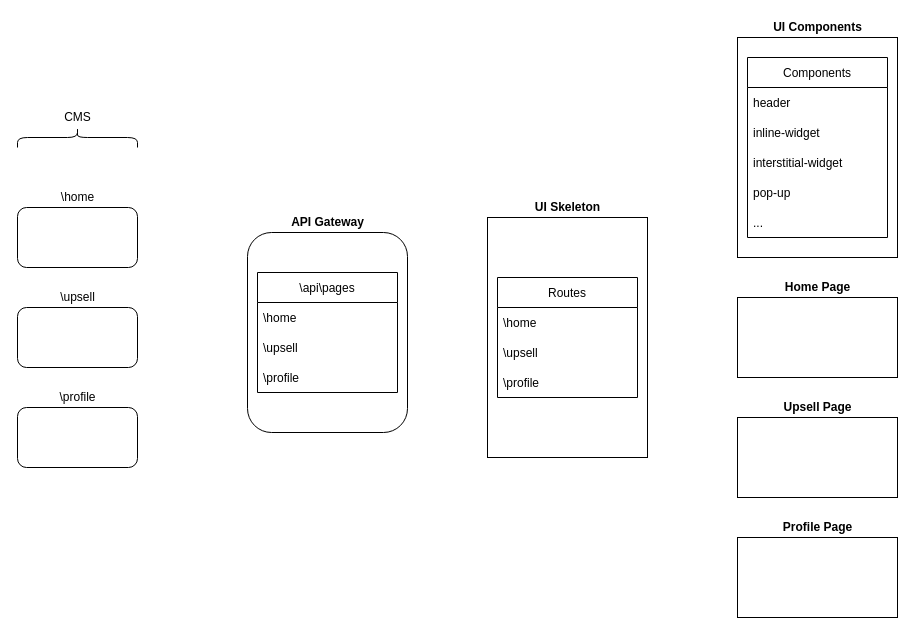
Earlier version of the draw.io diagram docs/design/ui-architecture.dio (jsbisht/module-federation-home). Source tidied: cells renumbered, new cells numbered last; positions are measured from the earlier drawing's top-left corner, leaving out a move shared by most shapes. Both pictures are drawn from the tidied source at 100%, with x=0, y=0 at pixel (17, 17).
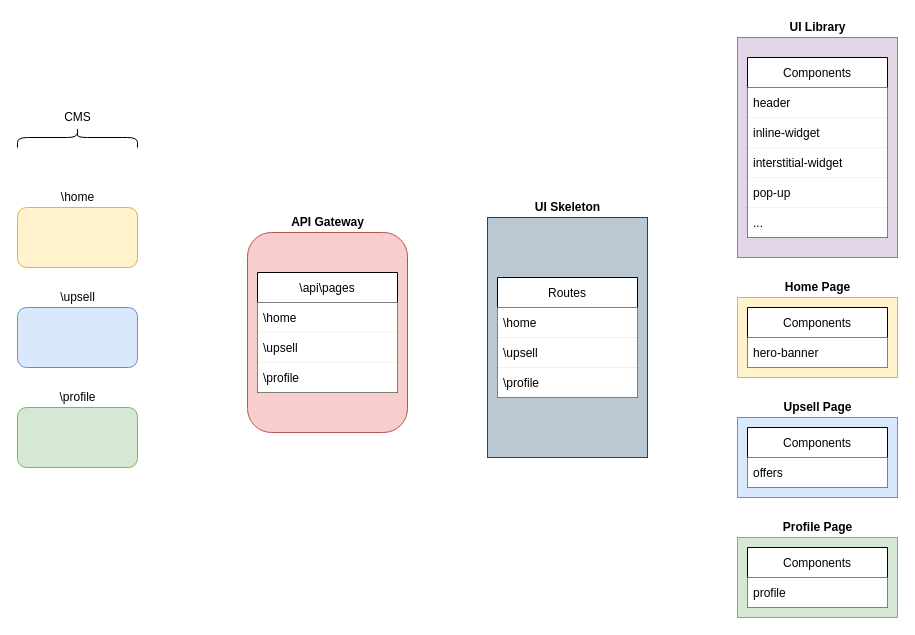
The same diagram, later.

Unchanged cells that the change refers to:
```xml
<mxCell id="5" value="\api\pages" style="swimlane;fontStyle=0;horizontal=1;startSize=30;" parent="1" vertex="1">
  <mxGeometry x="240" y="255" width="140" height="120" as="geometry" />
</mxCell>
<mxCell id="9" value="Routes" style="swimlane;fontStyle=0;horizontal=1;startSize=30;" parent="1" vertex="1">
  <mxGeometry x="480" y="260" width="140" height="120" as="geometry" />
</mxCell>
<mxCell id="13" value="Components" style="swimlane;fontStyle=0;horizontal=1;startSize=30;" parent="1" vertex="1">
  <mxGeometry x="730" y="40" width="140" height="180" as="geometry" />
</mxCell>
```

Diff of the diagram source:
```diff
@@
-    <mxCell id="2" style="rounded=0;whiteSpace=wrap;html=1;" parent="1" vertex="1">
+    <mxCell id="2" style="rounded=0;whiteSpace=wrap;html=1;fillColor=#bac8d3;strokeColor=#23445d;" parent="1" vertex="1">
       <mxGeometry x="470" y="200" width="160" height="240" as="geometry" />
     </mxCell>
-    <mxCell id="3" style="rounded=0;whiteSpace=wrap;html=1;" parent="1" vertex="1">
+    <mxCell id="3" style="rounded=0;whiteSpace=wrap;html=1;fillColor=#e1d5e7;strokeColor=#9673a6;" parent="1" vertex="1">
       <mxGeometry x="720" y="20" width="160" height="220" as="geometry" />
     </mxCell>
-    <mxCell id="4" style="rounded=1;whiteSpace=wrap;html=1;" parent="1" vertex="1">
+    <mxCell id="4" style="rounded=1;whiteSpace=wrap;html=1;fillColor=#f8cecc;strokeColor=#b85450;" parent="1" vertex="1">
       <mxGeometry x="230" y="215" width="160" height="200" as="geometry" />
     </mxCell>
@@
-    <mxCell id="6" value="\home" style="text;strokeColor=none;fillColor=none;align=left;verticalAlign=middle;spacingLeft=4;spacingRight=4;overflow=hidden;" parent="5" vertex="1">
+    <mxCell id="6" value="\home" style="text;strokeColor=none;fillColor=default;align=left;verticalAlign=middle;spacingLeft=4;spacingRight=4;overflow=hidden;" parent="5" vertex="1">
       <mxGeometry y="30" width="140" height="30" as="geometry" />
     </mxCell>
-    <mxCell id="7" value="\upsell" style="text;strokeColor=none;fillColor=none;align=left;verticalAlign=middle;spacingLeft=4;spacingRight=4;overflow=hidden;" parent="5" vertex="1">
+    <mxCell id="7" value="\upsell" style="text;strokeColor=none;fillColor=default;align=left;verticalAlign=middle;spacingLeft=4;spacingRight=4;overflow=hidden;" parent="5" vertex="1">
       <mxGeometry y="60" width="140" height="30" as="geometry" />
     </mxCell>
-    <mxCell id="8" value="\profile" style="text;strokeColor=none;fillColor=none;align=left;verticalAlign=middle;spacingLeft=4;spacingRight=4;overflow=hidden;" parent="5" vertex="1">
+    <mxCell id="8" value="\profile" style="text;strokeColor=none;fillColor=default;align=left;verticalAlign=middle;spacingLeft=4;spacingRight=4;overflow=hidden;" parent="5" vertex="1">
       <mxGeometry y="90" width="140" height="30" as="geometry" />
     </mxCell>
@@
-    <mxCell id="10" value="\home" style="text;strokeColor=none;fillColor=none;align=left;verticalAlign=middle;spacingLeft=4;spacingRight=4;overflow=hidden;" parent="9" vertex="1">
+    <mxCell id="10" value="\home" style="text;align=left;verticalAlign=middle;spacingLeft=4;spacingRight=4;overflow=hidden;fillColor=default;" parent="9" vertex="1">
       <mxGeometry y="30" width="140" height="30" as="geometry" />
     </mxCell>
-    <mxCell id="11" value="\upsell" style="text;strokeColor=none;fillColor=none;align=left;verticalAlign=middle;spacingLeft=4;spacingRight=4;overflow=hidden;" parent="9" vertex="1">
+    <mxCell id="11" value="\upsell" style="text;align=left;verticalAlign=middle;spacingLeft=4;spacingRight=4;overflow=hidden;fillColor=default;" parent="9" vertex="1">
       <mxGeometry y="60" width="140" height="30" as="geometry" />
     </mxCell>
-    <mxCell id="12" value="\profile" style="text;strokeColor=none;fillColor=none;align=left;verticalAlign=middle;spacingLeft=4;spacingRight=4;overflow=hidden;" parent="9" vertex="1">
+    <mxCell id="12" value="\profile" style="text;align=left;verticalAlign=middle;spacingLeft=4;spacingRight=4;overflow=hidden;fillColor=default;" parent="9" vertex="1">
       <mxGeometry y="90" width="140" height="30" as="geometry" />
     </mxCell>
@@
-    <mxCell id="14" value="header" style="text;strokeColor=none;fillColor=none;align=left;verticalAlign=middle;spacingLeft=4;spacingRight=4;overflow=hidden;" parent="13" vertex="1">
+    <mxCell id="14" value="header" style="text;strokeColor=none;fillColor=default;align=left;verticalAlign=middle;spacingLeft=4;spacingRight=4;overflow=hidden;" parent="13" vertex="1">
       <mxGeometry y="30" width="140" height="30" as="geometry" />
     </mxCell>
-    <mxCell id="15" value="inline-widget" style="text;strokeColor=none;fillColor=none;align=left;verticalAlign=middle;spacingLeft=4;spacingRight=4;overflow=hidden;" parent="13" vertex="1">
+    <mxCell id="15" value="inline-widget" style="text;strokeColor=none;fillColor=default;align=left;verticalAlign=middle;spacingLeft=4;spacingRight=4;overflow=hidden;" parent="13" vertex="1">
       <mxGeometry y="60" width="140" height="30" as="geometry" />
     </mxCell>
-    <mxCell id="16" value="interstitial-widget" style="text;strokeColor=none;fillColor=none;align=left;verticalAlign=middle;spacingLeft=4;spacingRight=4;overflow=hidden;" parent="13" vertex="1">
+    <mxCell id="16" value="interstitial-widget" style="text;strokeColor=none;fillColor=default;align=left;verticalAlign=middle;spacingLeft=4;spacingRight=4;overflow=hidden;" parent="13" vertex="1">
       <mxGeometry y="90" width="140" height="30" as="geometry" />
     </mxCell>
-    <mxCell id="17" value="pop-up" style="text;strokeColor=none;fillColor=none;align=left;verticalAlign=middle;spacingLeft=4;spacingRight=4;overflow=hidden;" parent="13" vertex="1">
+    <mxCell id="17" value="pop-up" style="text;strokeColor=none;fillColor=default;align=left;verticalAlign=middle;spacingLeft=4;spacingRight=4;overflow=hidden;" parent="13" vertex="1">
       <mxGeometry y="120" width="140" height="30" as="geometry" />
     </mxCell>
-    <mxCell id="18" value="..." style="text;strokeColor=none;fillColor=none;align=left;verticalAlign=middle;spacingLeft=4;spacingRight=4;overflow=hidden;" parent="13" vertex="1">
+    <mxCell id="18" value="..." style="text;strokeColor=none;fillColor=default;align=left;verticalAlign=middle;spacingLeft=4;spacingRight=4;overflow=hidden;" parent="13" vertex="1">
       <mxGeometry y="150" width="140" height="30" as="geometry" />
     </mxCell>
-    <mxCell id="19" style="rounded=0;whiteSpace=wrap;html=1;" parent="1" vertex="1">
+    <mxCell id="19" style="rounded=0;whiteSpace=wrap;html=1;fillColor=#fff2cc;strokeColor=#d6b656;" parent="1" vertex="1">
       <mxGeometry x="720" y="280" width="160" height="80" as="geometry" />
     </mxCell>
@@
-    <mxCell id="21" style="rounded=0;whiteSpace=wrap;html=1;" parent="1" vertex="1">
+    <mxCell id="21" style="rounded=0;whiteSpace=wrap;html=1;fillColor=#dae8fc;strokeColor=#6c8ebf;" parent="1" vertex="1">
       <mxGeometry x="720" y="400" width="160" height="80" as="geometry" />
     </mxCell>
@@
-    <mxCell id="23" style="rounded=0;whiteSpace=wrap;html=1;" parent="1" vertex="1">
+    <mxCell id="23" style="rounded=0;whiteSpace=wrap;html=1;fillColor=#d5e8d4;strokeColor=#82b366;" parent="1" vertex="1">
       <mxGeometry x="720" y="520" width="160" height="80" as="geometry" />
     </mxCell>
@@
-    <mxCell id="27" value="UI Components" style="text;html=1;align=center;verticalAlign=middle;strokeColor=none;fillColor=none;fontStyle=1;" parent="1" vertex="1">
-      <mxGeometry x="750" width="100" height="20" as="geometry" />
+    <mxCell id="27" value="UI Library" style="text;html=1;align=center;verticalAlign=middle;strokeColor=none;fillColor=none;fontStyle=1;" parent="1" vertex="1">
+      <mxGeometry x="765" width="70" height="20" as="geometry" />
     </mxCell>
-    <mxCell id="28" style="rounded=1;whiteSpace=wrap;html=1;" parent="1" vertex="1">
+    <mxCell id="28" style="rounded=1;whiteSpace=wrap;html=1;fillColor=#fff2cc;strokeColor=#d6b656;" parent="1" vertex="1">
       <mxGeometry y="190" width="120" height="60" as="geometry" />
     </mxCell>
@@
-    <mxCell id="30" style="rounded=1;whiteSpace=wrap;html=1;" parent="1" vertex="1">
+    <mxCell id="30" style="rounded=1;whiteSpace=wrap;html=1;fillColor=#dae8fc;strokeColor=#6c8ebf;" parent="1" vertex="1">
       <mxGeometry y="290" width="120" height="60" as="geometry" />
     </mxCell>
@@
-    <mxCell id="32" style="rounded=1;whiteSpace=wrap;html=1;" parent="1" vertex="1">
+    <mxCell id="32" style="rounded=1;whiteSpace=wrap;html=1;fillColor=#d5e8d4;strokeColor=#82b366;" parent="1" vertex="1">
       <mxGeometry y="390" width="120" height="60" as="geometry" />
     </mxCell>
@@
+    <mxCell id="36" value="Components" style="swimlane;fontStyle=0;horizontal=1;startSize=30;" parent="1" vertex="1">
+      <mxGeometry x="730" y="290" width="140" height="60" as="geometry" />
+    </mxCell>
+    <mxCell id="37" value="hero-banner" style="text;align=left;verticalAlign=middle;spacingLeft=4;spacingRight=4;overflow=hidden;fillColor=default;" parent="36" vertex="1">
+      <mxGeometry y="30" width="140" height="30" as="geometry" />
+    </mxCell>
+    <mxCell id="38" value="Components" style="swimlane;fontStyle=0;horizontal=1;startSize=30;" parent="1" vertex="1">
+      <mxGeometry x="730" y="410" width="140" height="60" as="geometry" />
+    </mxCell>
+    <mxCell id="39" value="offers" style="text;strokeColor=none;fillColor=default;align=left;verticalAlign=middle;spacingLeft=4;spacingRight=4;overflow=hidden;" parent="38" vertex="1">
+      <mxGeometry y="30" width="140" height="30" as="geometry" />
+    </mxCell>
+    <mxCell id="40" value="Components" style="swimlane;fontStyle=0;horizontal=1;startSize=30;" parent="1" vertex="1">
+      <mxGeometry x="730" y="530" width="140" height="60" as="geometry" />
+    </mxCell>
+    <mxCell id="41" value="profile" style="text;strokeColor=none;fillColor=default;align=left;verticalAlign=middle;spacingLeft=4;spacingRight=4;overflow=hidden;" parent="40" vertex="1">
+      <mxGeometry y="30" width="140" height="30" as="geometry" />
+    </mxCell>
```
